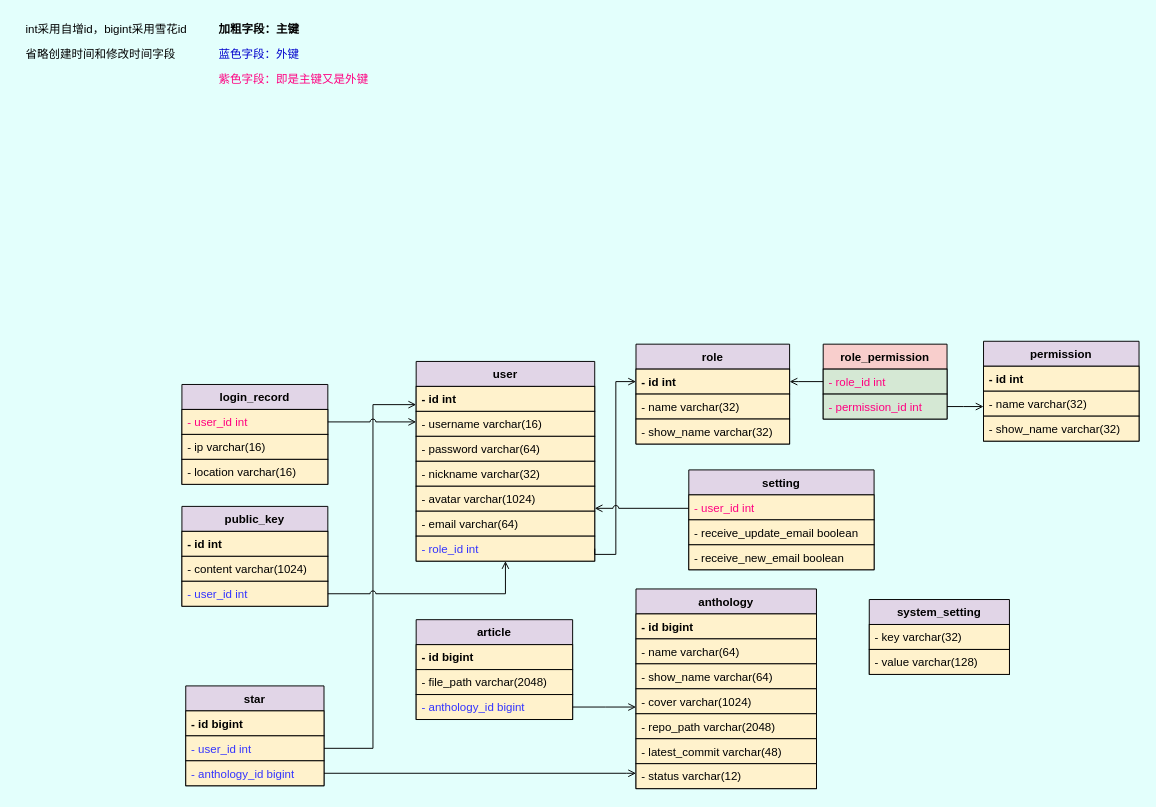
This is page "数据库" (2 of 3) of docs/diagram/后端类图.dio from swsk33/git-document, a draw.io file, before an edit. Source tidied: cells renumbered, new cells numbered last; positions are measured from the earlier drawing's top-left corner, leaving out a move shared by most shapes. Both pictures are drawn from the tidied source at 96%, with x=0, y=0 at pixel (16, 16).
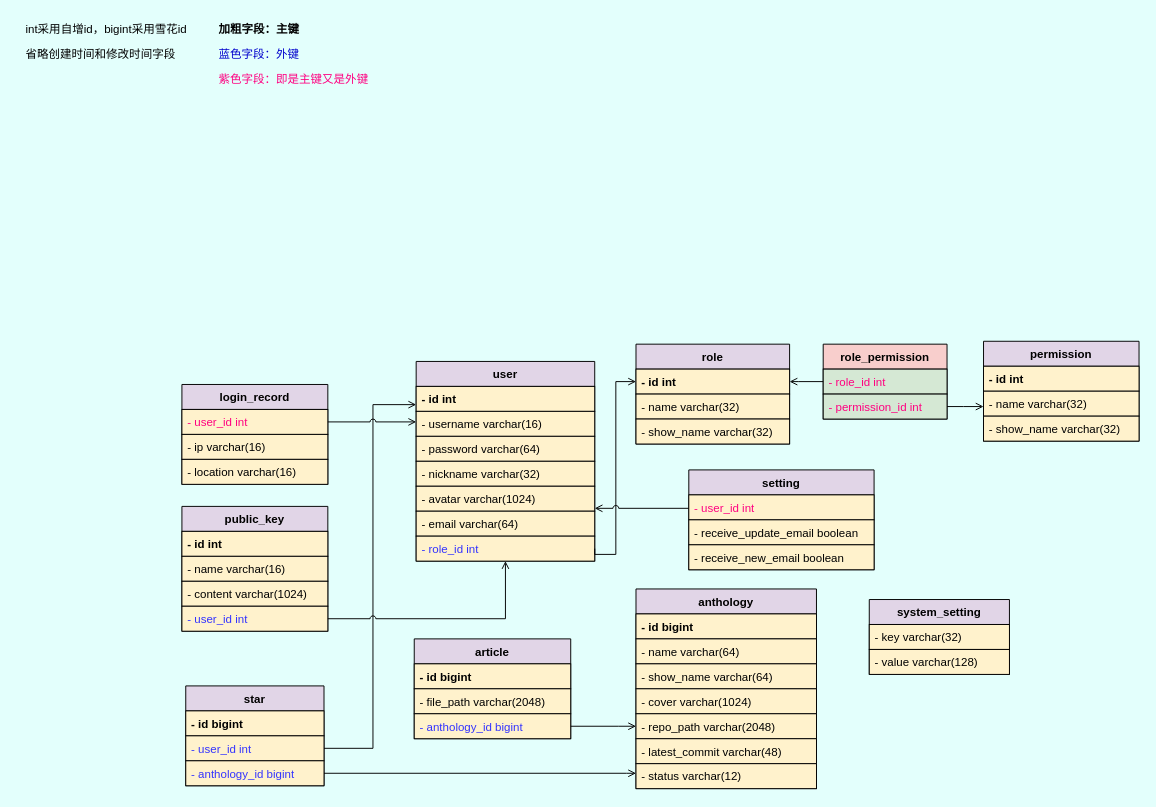
After the change.

The change refers to these unchanged cells:
```xml
<mxCell id="2" value="user" style="swimlane;fontStyle=1;align=center;verticalAlign=top;horizontal=1;startSize=26;fillColor=#e1d5e7;strokeColor=#000000;fontColor=#000000;" parent="1" vertex="1">
  <mxGeometry x="416" y="359" width="186" height="208" as="geometry" />
</mxCell>
<mxCell id="29" value="- anthology_id bigint" style="text;strokeColor=#000000;fillColor=#fff2cc;align=left;verticalAlign=top;spacingLeft=4;spacingRight=4;overflow=hidden;points=[[0,0.5],[1,0.5]];portConstraint=eastwest;fontColor=#3333FF;" parent="26" vertex="1">
  <mxGeometry y="78" width="163" height="26" as="geometry" />
</mxCell>
<mxCell id="30" value="anthology" style="swimlane;fontStyle=1;align=center;verticalAlign=top;horizontal=1;startSize=26;fillColor=#e1d5e7;strokeColor=#000000;fontColor=#000000;" parent="1" vertex="1">
  <mxGeometry x="645" y="596" width="188" height="208" as="geometry" />
</mxCell>
```

What changed in the source:
```diff
@@
     <mxCell id="22" value="public_key" style="swimlane;fontStyle=1;align=center;verticalAlign=top;horizontal=1;startSize=26;fillColor=#e1d5e7;strokeColor=#000000;fontColor=#000000;" parent="1" vertex="1">
-      <mxGeometry x="172" y="510" width="152" height="104" as="geometry" />
+      <mxGeometry x="172" y="510" width="152" height="130" as="geometry" />
     </mxCell>
@@
+    <mxCell id="66" value="- name varchar(16)" style="text;strokeColor=#000000;fillColor=#fff2cc;align=left;verticalAlign=top;spacingLeft=4;spacingRight=4;overflow=hidden;fontColor=#000000;" parent="22" vertex="1">
+      <mxGeometry y="52" width="152" height="26" as="geometry" />
+    </mxCell>
     <mxCell id="24" value="- content varchar(1024)" style="text;strokeColor=#000000;fillColor=#fff2cc;align=left;verticalAlign=top;spacingLeft=4;spacingRight=4;overflow=hidden;fontColor=#000000;" parent="22" vertex="1">
-      <mxGeometry y="52" width="152" height="26" as="geometry" />
+      <mxGeometry y="78" width="152" height="26" as="geometry" />
     </mxCell>
     <mxCell id="25" value="- user_id int" style="text;strokeColor=#000000;fillColor=#fff2cc;align=left;verticalAlign=top;spacingLeft=4;spacingRight=4;overflow=hidden;points=[[0,0.5],[1,0.5]];portConstraint=eastwest;fontColor=#3333FF;" parent="22" vertex="1">
-      <mxGeometry y="78" width="152" height="26" as="geometry" />
+      <mxGeometry y="104" width="152" height="26" as="geometry" />
     </mxCell>
     <mxCell id="26" value="article" style="swimlane;fontStyle=1;align=center;verticalAlign=top;horizontal=1;startSize=26;fillColor=#e1d5e7;strokeColor=#000000;fontColor=#000000;" parent="1" vertex="1">
-      <mxGeometry x="416" y="628" width="163" height="104" as="geometry" />
+      <mxGeometry x="414" y="648" width="163" height="104" as="geometry" />
     </mxCell>
@@
     <mxCell id="38" style="edgeStyle=orthogonalEdgeStyle;rounded=0;jettySize=auto;html=1;exitX=1;exitY=0.5;exitDx=0;exitDy=0;fontColor=#000000;endArrow=open;endFill=0;strokeColor=#000000;" parent="1" edge="1" source="29" target="30">
       <mxGeometry relative="1" as="geometry">
         <Array as="points">
-          <mxPoint x="613" y="719" />
-          <mxPoint x="613" y="719" />
+          <mxPoint x="627" y="739" />
+          <mxPoint x="627" y="739" />
         </Array>
       </mxGeometry>
     </mxCell>
@@
     <mxCell id="54" style="edgeStyle=orthogonalEdgeStyle;rounded=0;jettySize=auto;html=1;endArrow=open;endFill=0;jumpStyle=arc;" parent="1" edge="1" source="25" target="2">
       <mxGeometry relative="1" as="geometry">
         <Array as="points">
-          <mxPoint x="509" y="601" />
+          <mxPoint x="509" y="627" />
         </Array>
       </mxGeometry>
     </mxCell>
```
